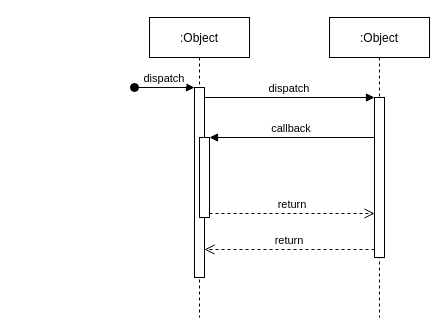
This is diagrams/sinkronisasi_data/Sequence Diagram.drawio from angeliawidjaja/offline-mode-paper, a draw.io file, before an edit. Source tidied: cells renumbered, new cells numbered last; positions are measured from the earlier drawing's top-left corner, leaving out a move shared by most shapes. Both pictures are drawn from the tidied source at 100%, with x=0, y=0 at pixel (134, 17).
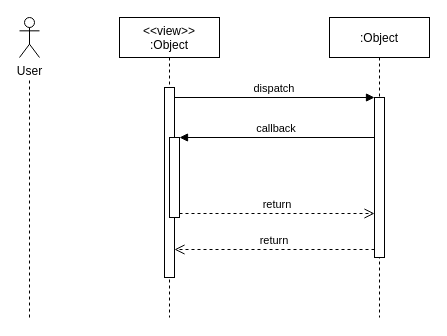
The same diagram, later.

The edit, as a diff of the source:
```diff
@@
 <mxGraphModel>
   <root>
     <mxCell id="0" />
     <mxCell id="1" parent="0" />
-    <mxCell id="2" value=":Object" style="shape=umlLifeline;perimeter=lifelinePerimeter;rounded=0;shadow=0;strokeWidth=1;" parent="1" vertex="1">
-      <mxGeometry x="15" width="100" height="300" as="geometry" />
+    <mxCell id="2" value="&lt;&lt;view&gt;&gt;&#10;:Object" style="shape=umlLifeline;perimeter=lifelinePerimeter;rounded=0;shadow=0;strokeWidth=1;" parent="1" vertex="1">
+      <mxGeometry x="-15" width="100" height="300" as="geometry" />
     </mxCell>
     <mxCell id="3" style="points=[];perimeter=orthogonalPerimeter;rounded=0;shadow=0;strokeWidth=1;" parent="2" vertex="1">
       <mxGeometry x="45" y="70" width="10" height="190" as="geometry" />
     </mxCell>
-    <mxCell id="4" value="dispatch" style="verticalAlign=bottom;startArrow=oval;endArrow=block;startSize=8;shadow=0;strokeWidth=1;" parent="2" edge="1" target="3">
-      <mxGeometry relative="1" as="geometry">
-        <mxPoint x="-15" y="70" as="sourcePoint" />
-      </mxGeometry>
-    </mxCell>
     <mxCell id="5" style="points=[];perimeter=orthogonalPerimeter;rounded=0;shadow=0;strokeWidth=1;" parent="2" vertex="1">
       <mxGeometry x="50" y="120" width="10" height="80" as="geometry" />
     </mxCell>
     <mxCell id="6" value=":Object" style="shape=umlLifeline;perimeter=lifelinePerimeter;rounded=0;shadow=0;strokeWidth=1;" parent="1" vertex="1">
       <mxGeometry x="195" width="100" height="300" as="geometry" />
     </mxCell>
     <mxCell id="7" style="points=[];perimeter=orthogonalPerimeter;rounded=0;shadow=0;strokeWidth=1;" parent="6" vertex="1">
       <mxGeometry x="45" y="80" width="10" height="160" as="geometry" />
     </mxCell>
     <mxCell id="8" value="return" style="verticalAlign=bottom;endArrow=open;dashed=1;endSize=8;exitX=0;exitY=0.95;shadow=0;strokeWidth=1;" parent="1" edge="1" source="7" target="3">
       <mxGeometry relative="1" as="geometry" />
     </mxCell>
     <mxCell id="9" value="dispatch" style="verticalAlign=bottom;endArrow=block;entryX=0;entryY=0;shadow=0;strokeWidth=1;" parent="1" edge="1" source="3" target="7">
       <mxGeometry relative="1" as="geometry" />
     </mxCell>
     <mxCell id="10" value="callback" style="verticalAlign=bottom;endArrow=block;entryX=1;entryY=0;shadow=0;strokeWidth=1;" parent="1" edge="1" source="7" target="5">
       <mxGeometry relative="1" as="geometry" />
     </mxCell>
     <mxCell id="11" value="return" style="verticalAlign=bottom;endArrow=open;dashed=1;endSize=8;exitX=1;exitY=0.95;shadow=0;strokeWidth=1;" parent="1" edge="1" source="5" target="7">
       <mxGeometry relative="1" as="geometry" />
     </mxCell>
+    <mxCell id="12" style="group;" parent="1" vertex="1">
+      <mxGeometry x="-115" width="20" height="300" as="geometry" />
+    </mxCell>
+    <mxCell id="13" value="User" style="shape=umlActor;verticalLabelPosition=bottom;verticalAlign=top;html=1;" parent="12" vertex="1">
+      <mxGeometry width="20" height="40" as="geometry" />
+    </mxCell>
+    <mxCell id="14" style="endArrow=none;dashed=1;html=1;rounded=0;" parent="12" edge="1">
+      <mxGeometry relative="1" as="geometry">
+        <mxPoint x="10" y="300" as="sourcePoint" />
+        <mxPoint x="10" y="60" as="targetPoint" />
+      </mxGeometry>
+    </mxCell>
   </root>
 </mxGraphModel>
```
